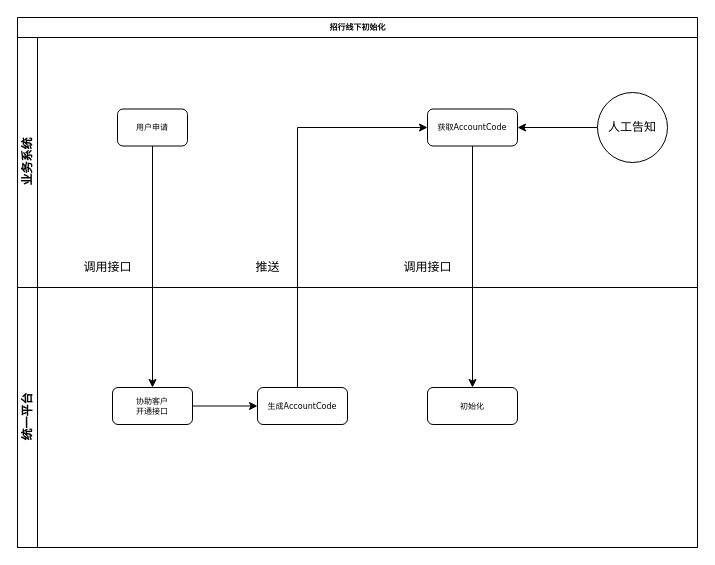
Above: unifyorder/招行线下初始化.drawio in Napoleon1234/Draw (draw.io), before the change. Source tidied: cells renumbered, new cells numbered last; positions are measured from the earlier drawing's top-left corner, leaving out a move shared by most shapes. Both pictures are drawn from the tidied source at 100%, with x=0, y=0 at pixel (17, 17).
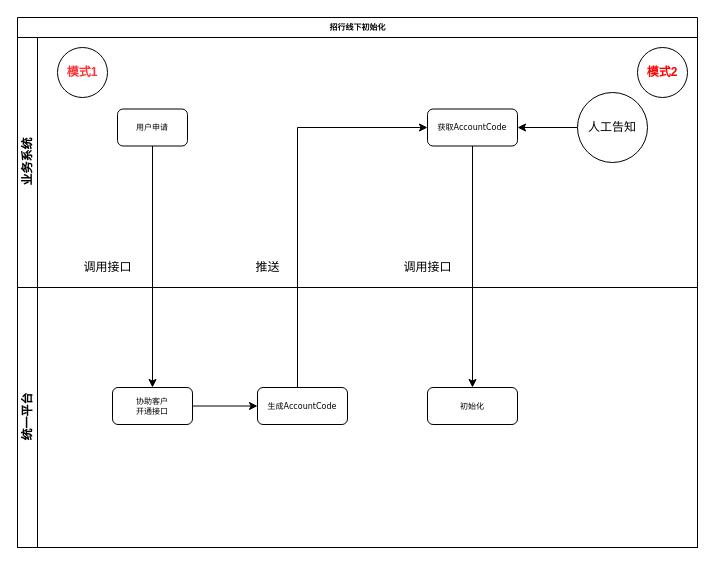
The same diagram, later.

Commit message:
Update 招行线下初始化.drawio

The change refers to these unchanged cells:
```xml
<mxCell id="3" value="业务系统" style="swimlane;html=1;startSize=20;horizontal=0;" parent="2" vertex="1">
  <mxGeometry y="20" width="680" height="250" as="geometry" />
</mxCell>
```

Diff of the diagram source:
```diff
@@
     <mxCell id="10" value="人工告知" style="ellipse;whiteSpace=wrap;html=1;" parent="3" vertex="1">
-      <mxGeometry x="580" y="55" width="70" height="70" as="geometry" />
+      <mxGeometry x="560" y="55" width="70" height="70" as="geometry" />
     </mxCell>
+    <mxCell id="19" value="&lt;b&gt;&lt;font color=&quot;#ff3333&quot;&gt;模式1&lt;/font&gt;&lt;/b&gt;" style="ellipse;whiteSpace=wrap;html=1;" parent="3" vertex="1">
+      <mxGeometry x="40" y="10" width="50" height="50" as="geometry" />
+    </mxCell>
+    <mxCell id="20" value="&lt;b&gt;&lt;font color=&quot;#ff0000&quot;&gt;模式2&lt;/font&gt;&lt;/b&gt;" style="ellipse;whiteSpace=wrap;html=1;" parent="3" vertex="1">
+      <mxGeometry x="620" y="10" width="50" height="50" as="geometry" />
+    </mxCell>
```
